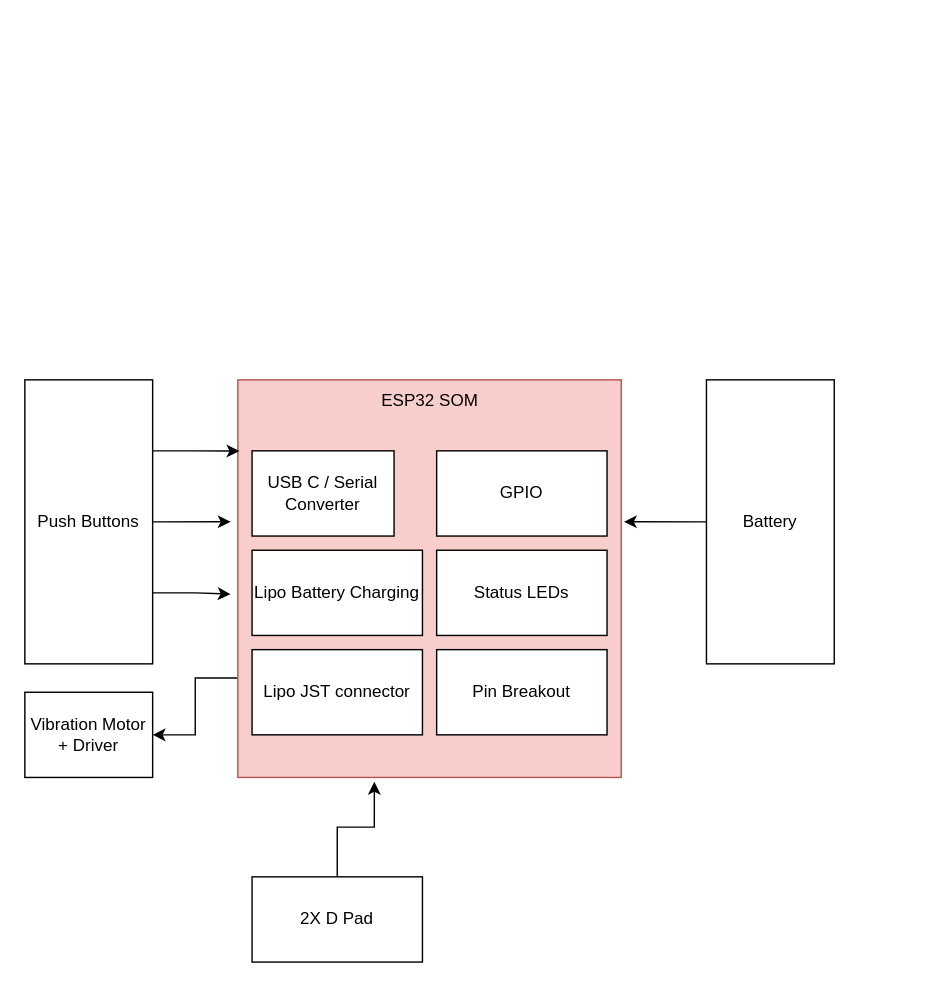
This is Reference/Tipo V2 Hardware Architeture.drawio from vjvarada/Tipo-Braille-Keyboard, a draw.io file, before an edit. Source tidied: cells renumbered, new cells numbered last; positions are measured from the earlier drawing's top-left corner, leaving out a move shared by most shapes. Both pictures are drawn from the tidied source at 142%, with x=0, y=0 at pixel (24, 379).
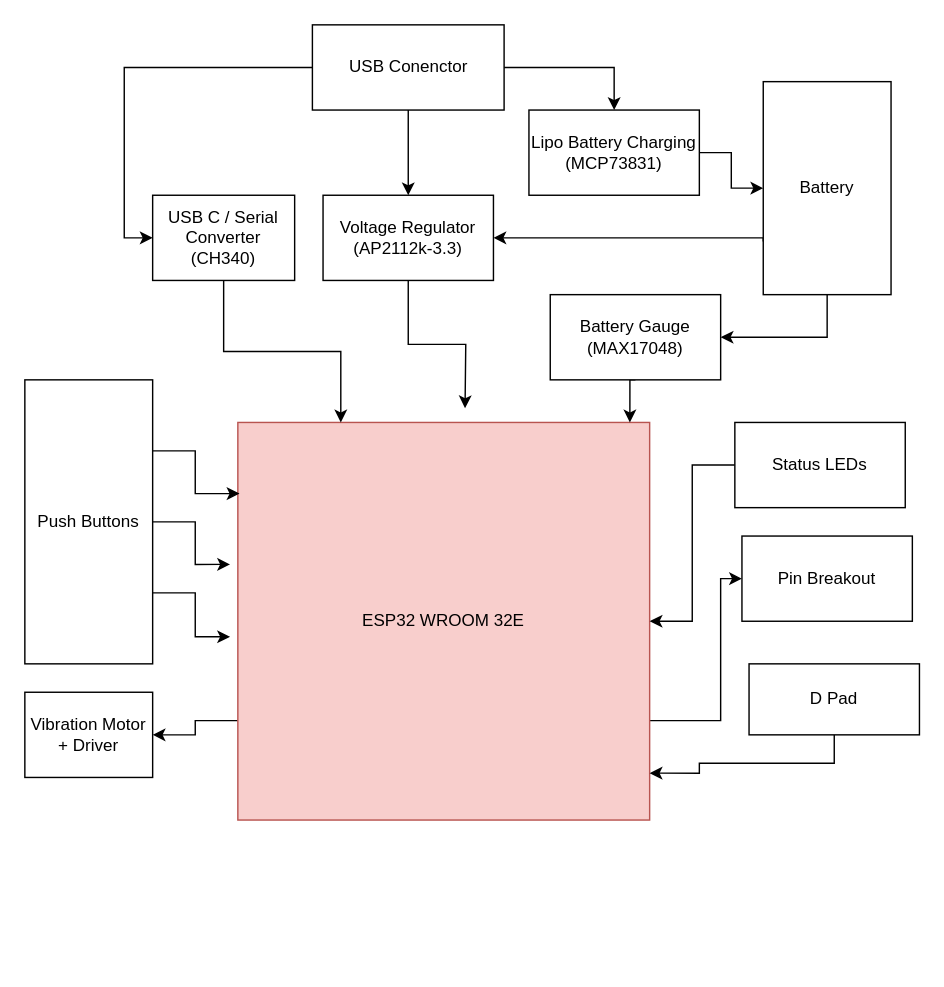
After the change.

The edit, as a diff of the source:
```diff
@@
+    <mxCell id="20" style="edgeStyle=orthogonalEdgeStyle;rounded=0;jettySize=auto;html=1;exitX=1;exitY=0.75;exitDx=0;exitDy=0;entryX=0;entryY=0.5;entryDx=0;entryDy=0;" parent="1" edge="1" source="3" target="10">
+      <mxGeometry relative="1" as="geometry">
+        <Array as="points">
+          <mxPoint x="490" y="240" />
+          <mxPoint x="490" y="140" />
+        </Array>
+      </mxGeometry>
+    </mxCell>
-    <mxCell id="3" style="rounded=0;whiteSpace=wrap;html=1;fillColor=#f8cecc;strokeColor=#b85450;" parent="1" vertex="1">
-      <mxGeometry x="150" width="270" height="280" as="geometry" />
+    <mxCell id="3" value="ESP32 WROOM 32E" style="rounded=0;whiteSpace=wrap;html=1;fillColor=#f8cecc;strokeColor=#b85450;" parent="1" vertex="1">
+      <mxGeometry x="150" y="30" width="290" height="280" as="geometry" />
     </mxCell>
-    <mxCell id="4" value="ESP32 SOM" style="text;html=1;align=center;verticalAlign=middle;strokeColor=none;fillColor=none;" parent="1" vertex="1">
-      <mxGeometry x="240" width="90" height="30" as="geometry" />
-    </mxCell>
+    <mxCell id="21" style="edgeStyle=orthogonalEdgeStyle;rounded=0;jettySize=auto;html=1;exitX=0.5;exitY=1;exitDx=0;exitDy=0;entryX=0.25;entryY=0;entryDx=0;entryDy=0;" parent="1" edge="1" source="5" target="3">
+      <mxGeometry relative="1" as="geometry" />
+    </mxCell>
-    <mxCell id="5" value="USB C / Serial Converter" style="rounded=0;whiteSpace=wrap;html=1;" parent="1" vertex="1">
-      <mxGeometry x="160" y="50" width="100" height="60" as="geometry" />
+    <mxCell id="5" value="USB C / Serial Converter (CH340)" style="rounded=0;whiteSpace=wrap;html=1;" parent="1" vertex="1">
+      <mxGeometry x="90" y="-130" width="100" height="60" as="geometry" />
     </mxCell>
+    <mxCell id="22" style="edgeStyle=orthogonalEdgeStyle;rounded=0;jettySize=auto;html=1;entryX=0;entryY=0.5;entryDx=0;entryDy=0;" parent="1" edge="1" source="6" target="17">
+      <mxGeometry relative="1" as="geometry" />
+    </mxCell>
-    <mxCell id="6" value="Lipo Battery Charging" style="rounded=0;whiteSpace=wrap;html=1;" parent="1" vertex="1">
-      <mxGeometry x="160" y="120" width="120" height="60" as="geometry" />
+    <mxCell id="6" value="Lipo Battery Charging (MCP73831)" style="rounded=0;whiteSpace=wrap;html=1;" parent="1" vertex="1">
+      <mxGeometry x="355" y="-190" width="120" height="60" as="geometry" />
     </mxCell>
-    <mxCell id="7" value="Lipo JST connector" style="rounded=0;whiteSpace=wrap;html=1;" parent="1" vertex="1">
-      <mxGeometry x="160" y="190" width="120" height="60" as="geometry" />
-    </mxCell>
-    <mxCell id="8" value="GPIO" style="rounded=0;whiteSpace=wrap;html=1;" parent="1" vertex="1">
-      <mxGeometry x="290" y="50" width="120" height="60" as="geometry" />
-    </mxCell>
+    <mxCell id="23" style="edgeStyle=orthogonalEdgeStyle;rounded=0;jettySize=auto;html=1;" parent="1" edge="1" source="9" target="3">
+      <mxGeometry relative="1" as="geometry" />
+    </mxCell>
     <mxCell id="9" value="Status LEDs" style="rounded=0;whiteSpace=wrap;html=1;" parent="1" vertex="1">
-      <mxGeometry x="290" y="120" width="120" height="60" as="geometry" />
+      <mxGeometry x="500" y="30" width="120" height="60" as="geometry" />
     </mxCell>
     <mxCell id="10" value="Pin Breakout" style="whiteSpace=wrap;html=1;" parent="1" vertex="1">
-      <mxGeometry x="290" y="190" width="120" height="60" as="geometry" />
+      <mxGeometry x="505" y="110" width="120" height="60" as="geometry" />
     </mxCell>
@@
-    <mxCell id="16" style="edgeStyle=orthogonalEdgeStyle;rounded=0;jettySize=auto;html=1;exitX=0;exitY=0.5;exitDx=0;exitDy=0;entryX=1.007;entryY=0.357;entryDx=0;entryDy=0;entryPerimeter=0;" parent="1" edge="1" source="17" target="3">
-      <mxGeometry relative="1" as="geometry" />
-    </mxCell>
+    <mxCell id="24" style="edgeStyle=orthogonalEdgeStyle;rounded=0;jettySize=auto;html=1;exitX=0;exitY=0.75;exitDx=0;exitDy=0;entryX=1;entryY=0.5;entryDx=0;entryDy=0;" parent="1" edge="1" source="17" target="31">
+      <mxGeometry relative="1" as="geometry">
+        <Array as="points">
+          <mxPoint x="520" y="-100" />
+        </Array>
+      </mxGeometry>
+    </mxCell>
+    <mxCell id="25" style="edgeStyle=orthogonalEdgeStyle;rounded=0;jettySize=auto;html=1;exitX=0.5;exitY=1;exitDx=0;exitDy=0;entryX=1;entryY=0.5;entryDx=0;entryDy=0;" parent="1" edge="1" source="17" target="33">
+      <mxGeometry relative="1" as="geometry" />
+    </mxCell>
     <mxCell id="17" value="Battery" style="rounded=0;whiteSpace=wrap;html=1;" parent="1" vertex="1">
-      <mxGeometry x="480" width="90" height="200" as="geometry" />
+      <mxGeometry x="520" y="-210" width="90" height="150" as="geometry" />
     </mxCell>
-    <mxCell id="18" style="edgeStyle=orthogonalEdgeStyle;rounded=0;jettySize=auto;html=1;entryX=0.356;entryY=1.011;entryDx=0;entryDy=0;entryPerimeter=0;" parent="1" edge="1" source="19" target="3">
+    <mxCell id="18" style="edgeStyle=orthogonalEdgeStyle;rounded=0;jettySize=auto;html=1;exitX=0.5;exitY=1;exitDx=0;exitDy=0;entryX=1;entryY=0.882;entryDx=0;entryDy=0;entryPerimeter=0;" parent="1" edge="1" source="19" target="3">
       <mxGeometry relative="1" as="geometry" />
     </mxCell>
-    <mxCell id="19" value="2X D Pad" style="rounded=0;whiteSpace=wrap;html=1;" parent="1" vertex="1">
-      <mxGeometry x="160" y="350" width="120" height="60" as="geometry" />
+    <mxCell id="19" value="D Pad" style="rounded=0;whiteSpace=wrap;html=1;" parent="1" vertex="1">
+      <mxGeometry x="510" y="200" width="120" height="50" as="geometry" />
     </mxCell>
+    <mxCell id="26" style="edgeStyle=orthogonalEdgeStyle;rounded=0;jettySize=auto;html=1;exitX=0;exitY=0.5;exitDx=0;exitDy=0;entryX=0;entryY=0.5;entryDx=0;entryDy=0;" parent="1" edge="1" source="29" target="5">
+      <mxGeometry relative="1" as="geometry" />
+    </mxCell>
+    <mxCell id="27" style="edgeStyle=orthogonalEdgeStyle;rounded=0;jettySize=auto;html=1;exitX=1;exitY=0.5;exitDx=0;exitDy=0;entryX=0.5;entryY=0;entryDx=0;entryDy=0;" parent="1" edge="1" source="29" target="6">
+      <mxGeometry relative="1" as="geometry" />
+    </mxCell>
+    <mxCell id="28" style="edgeStyle=orthogonalEdgeStyle;rounded=0;jettySize=auto;html=1;entryX=0.5;entryY=0;entryDx=0;entryDy=0;" parent="1" edge="1" source="29" target="31">
+      <mxGeometry relative="1" as="geometry" />
+    </mxCell>
+    <mxCell id="29" value="USB Conenctor" style="rounded=0;whiteSpace=wrap;html=1;" parent="1" vertex="1">
+      <mxGeometry x="202.5" y="-250" width="135" height="60" as="geometry" />
+    </mxCell>
+    <mxCell id="30" style="edgeStyle=orthogonalEdgeStyle;rounded=0;jettySize=auto;html=1;exitX=0.5;exitY=1;exitDx=0;exitDy=0;" parent="1" edge="1" source="31">
+      <mxGeometry relative="1" as="geometry">
+        <mxPoint x="310" y="20" as="targetPoint" />
+      </mxGeometry>
+    </mxCell>
+    <mxCell id="31" value="Voltage Regulator (AP2112k-3.3)" style="rounded=0;whiteSpace=wrap;html=1;" parent="1" vertex="1">
+      <mxGeometry x="210" y="-130" width="120" height="60" as="geometry" />
+    </mxCell>
+    <mxCell id="32" style="edgeStyle=orthogonalEdgeStyle;rounded=0;jettySize=auto;html=1;exitX=0.5;exitY=1;exitDx=0;exitDy=0;entryX=0.952;entryY=0;entryDx=0;entryDy=0;entryPerimeter=0;" parent="1" edge="1" source="33" target="3">
+      <mxGeometry relative="1" as="geometry" />
+    </mxCell>
+    <mxCell id="33" value="Battery Gauge (MAX17048)" style="rounded=0;whiteSpace=wrap;html=1;" parent="1" vertex="1">
+      <mxGeometry x="370" y="-60" width="120" height="60" as="geometry" />
+    </mxCell>
```
